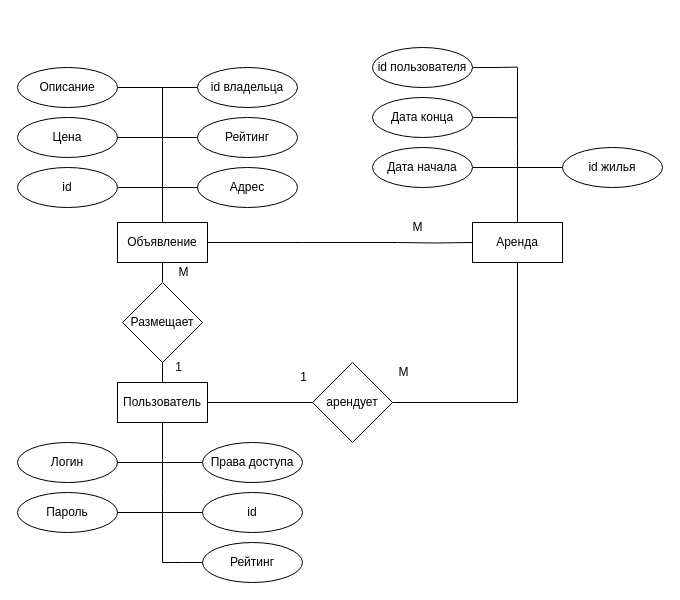
Earlier version of the draw.io diagram page "ER" (2 of 5) of doc/diagrams.drawio (Pangolierchick/IU7-PPO). Source tidied: cells renumbered, new cells numbered last; positions are measured from the earlier drawing's top-left corner, leaving out a move shared by most shapes. Both pictures are drawn from the tidied source at 100%, with x=0, y=0 at pixel (17, 47).
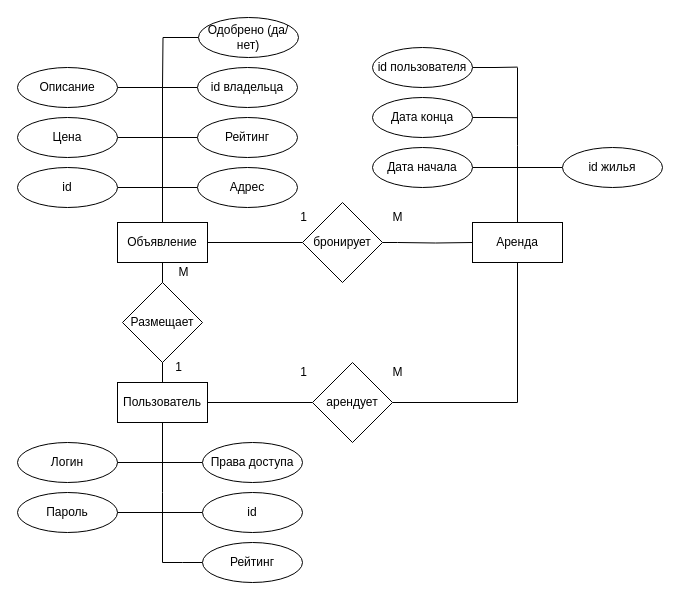
Above is the later version.

Unchanged cells that the change refers to:
```xml
<mxCell id="4" value="Объявление" style="rounded=0;whiteSpace=wrap;html=1;" parent="1" vertex="1">
  <mxGeometry x="100" y="175" width="90" height="40" as="geometry" />
</mxCell>
```

What changed in the source:
```diff
@@
-    <mxCell id="3" style="edgeStyle=orthogonalEdgeStyle;rounded=0;jettySize=auto;html=1;exitX=1;exitY=0.5;exitDx=0;exitDy=0;endArrow=none;endFill=0;" parent="1" edge="1" source="4">
+    <mxCell id="3" style="edgeStyle=orthogonalEdgeStyle;rounded=0;jettySize=auto;html=1;exitX=1;exitY=0.5;exitDx=0;exitDy=0;endArrow=none;endFill=0;" parent="1" edge="1" source="49">
       <mxGeometry relative="1" as="geometry">
         <mxPoint x="380" y="195" as="targetPoint" />
       </mxGeometry>
     </mxCell>
@@
     <mxCell id="42" value="M" style="text;html=1;align=center;verticalAlign=middle;strokeColor=none;fillColor=none;" parent="1" vertex="1">
-      <mxGeometry x="385" y="165" width="30" height="30" as="geometry" />
+      <mxGeometry x="365" y="155" width="30" height="30" as="geometry" />
     </mxCell>
@@
     <mxCell id="46" value="1" style="text;html=1;align=center;verticalAlign=middle;strokeColor=none;fillColor=none;" parent="1" vertex="1">
-      <mxGeometry x="271" y="315" width="30" height="30" as="geometry" />
+      <mxGeometry x="271" y="310" width="30" height="30" as="geometry" />
     </mxCell>
     <mxCell id="47" value="М" style="text;html=1;align=center;verticalAlign=middle;strokeColor=none;fillColor=none;" parent="1" vertex="1">
-      <mxGeometry x="371" y="310" width="30" height="30" as="geometry" />
+      <mxGeometry x="365" y="310" width="30" height="30" as="geometry" />
     </mxCell>
+    <mxCell id="48" style="edgeStyle=orthogonalEdgeStyle;rounded=0;jettySize=auto;html=1;exitX=1;exitY=0.5;exitDx=0;exitDy=0;endArrow=none;endFill=0;" parent="1" edge="1" source="4" target="49">
+      <mxGeometry relative="1" as="geometry" />
+    </mxCell>
+    <mxCell id="49" value="бронирует" style="rhombus;whiteSpace=wrap;html=1;rounded=0;" parent="1" vertex="1">
+      <mxGeometry x="285" y="155" width="80" height="80" as="geometry" />
+    </mxCell>
+    <mxCell id="50" style="edgeStyle=orthogonalEdgeStyle;rounded=0;jettySize=auto;html=1;exitX=0;exitY=0.5;exitDx=0;exitDy=0;endArrow=none;endFill=0;" parent="1" edge="1" source="51">
+      <mxGeometry relative="1" as="geometry">
+        <mxPoint x="145" y="40" as="targetPoint" />
+      </mxGeometry>
+    </mxCell>
+    <mxCell id="51" value="Одобрено (да/нет)" style="ellipse;whiteSpace=wrap;html=1;" parent="1" vertex="1">
+      <mxGeometry x="181" y="-30" width="100" height="40" as="geometry" />
+    </mxCell>
+    <mxCell id="52" value="1" style="text;html=1;align=center;verticalAlign=middle;strokeColor=none;fillColor=none;" parent="1" vertex="1">
+      <mxGeometry x="271" y="155" width="30" height="30" as="geometry" />
+    </mxCell>
```
